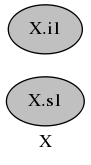
gerakilmurray/genevalmag keeps this Graphviz diagram as src/out_graph/down_graph_7.dot.png. Above is the earlier version. Its source is kept beside it as src/out_graph/down_graph_7.dot. The source it was exported from:
```dot
digraph G {
graph [
label="X", rankdir="LR", ratio="compress"];
node [
color="black", fillcolor="gray", shape="ellipse", style="filled"];
0[label="X.s1"];
1[label="X.i1"];
}
```
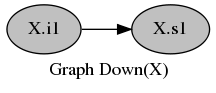
Above is the later version.

Diff of the diagram source:
```diff
@@ -1,8 +1,9 @@
 digraph G {
 graph [
-label="X", rankdir="LR", ratio="compress"];
+label="Graph Down(X)", rankdir="LR", ratio="compress"];
 node [
 color="black", fillcolor="gray", shape="ellipse", style="filled"];
-0[label="X.s1"];
-1[label="X.i1"];
+0[label="X.i1"];
+1[label="X.s1"];
+0->1 ;
 }
```
